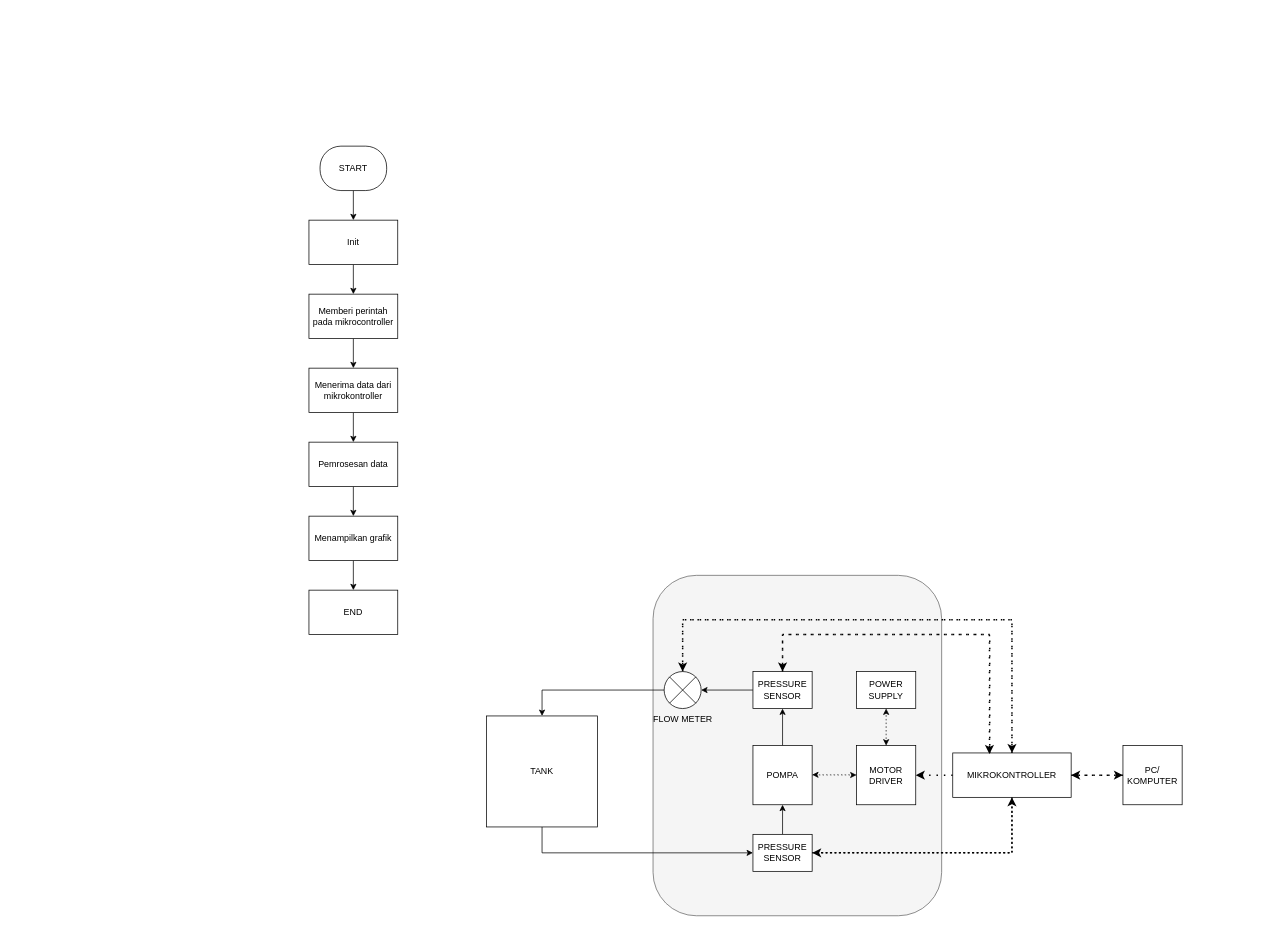
Above: Untitled Diagram.drawio in hulagukhan/bismillahjadi (draw.io), before the change. Source tidied: cells renumbered, new cells numbered last; positions are measured from the earlier drawing's top-left corner, leaving out a move shared by most shapes. Both pictures are drawn from the tidied source at 74%, with x=0, y=0 at pixel (309, 146).
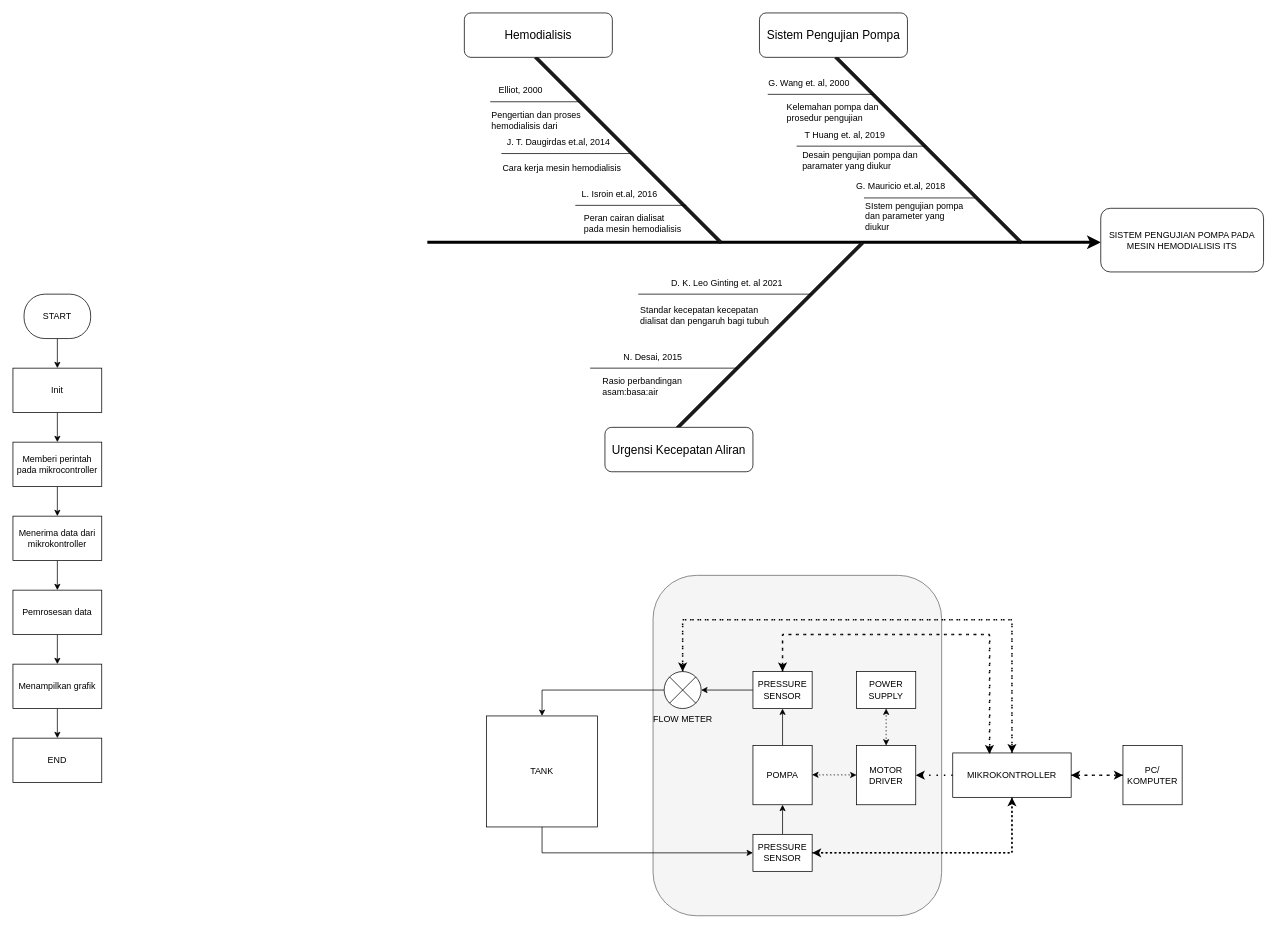
Above is the later version.

Change to the diagram source:
```diff
@@
     <mxCell id="31" value="START" style="rounded=1;whiteSpace=wrap;html=1;arcSize=47;" parent="1" vertex="1">
-      <mxGeometry x="15" width="90" height="60" as="geometry" />
+      <mxGeometry x="-385" y="200" width="90" height="60" as="geometry" />
     </mxCell>
@@
     <mxCell id="33" value="Init" style="rounded=0;whiteSpace=wrap;html=1;" parent="1" vertex="1">
-      <mxGeometry y="100" width="120" height="60" as="geometry" />
+      <mxGeometry x="-400" y="300" width="120" height="60" as="geometry" />
     </mxCell>
@@
     <mxCell id="35" value="Memberi perintah pada mikrocontroller" style="rounded=0;whiteSpace=wrap;html=1;" parent="1" vertex="1">
-      <mxGeometry y="200" width="120" height="60" as="geometry" />
+      <mxGeometry x="-400" y="400" width="120" height="60" as="geometry" />
     </mxCell>
@@
     <mxCell id="37" value="Menerima data dari mikrokontroller" style="rounded=0;whiteSpace=wrap;html=1;" parent="1" vertex="1">
-      <mxGeometry y="300" width="120" height="60" as="geometry" />
+      <mxGeometry x="-400" y="500" width="120" height="60" as="geometry" />
     </mxCell>
@@
     <mxCell id="39" value="Pemrosesan data" style="rounded=0;whiteSpace=wrap;html=1;" parent="1" vertex="1">
-      <mxGeometry y="400" width="120" height="60" as="geometry" />
+      <mxGeometry x="-400" y="600" width="120" height="60" as="geometry" />
     </mxCell>
@@
     <mxCell id="41" value="Menampilkan grafik" style="rounded=0;whiteSpace=wrap;html=1;" parent="1" vertex="1">
-      <mxGeometry y="500" width="120" height="60" as="geometry" />
+      <mxGeometry x="-400" y="700" width="120" height="60" as="geometry" />
     </mxCell>
     <mxCell id="42" value="END" style="rounded=0;whiteSpace=wrap;html=1;" parent="1" vertex="1">
-      <mxGeometry y="600" width="120" height="60" as="geometry" />
+      <mxGeometry x="-400" y="800" width="120" height="60" as="geometry" />
     </mxCell>
+    <mxCell id="43" style="endArrow=classic;html=1;rounded=0;edgeStyle=orthogonalEdgeStyle;strokeWidth=4;" parent="1" edge="1">
+      <mxGeometry relative="1" as="geometry">
+        <mxPoint x="160" y="130" as="sourcePoint" />
+        <mxPoint x="1070" y="130" as="targetPoint" />
+      </mxGeometry>
+    </mxCell>
+    <mxCell id="44" style="rounded=0;whiteSpace=wrap;html=1;rotation=45;fillColor=#1A1A1A;" parent="1" vertex="1">
+      <mxGeometry x="254.3" y="3" width="354.5" height="4" as="geometry" />
+    </mxCell>
+    <mxCell id="45" value="&lt;font style=&quot;font-size: 16px;&quot;&gt;Hemodialisis&lt;/font&gt;" style="rounded=1;whiteSpace=wrap;html=1;fontSize=14;" parent="1" vertex="1">
+      <mxGeometry x="210" y="-180" width="200" height="60" as="geometry" />
+    </mxCell>
+    <mxCell id="46" style="endArrow=none;html=1;rounded=0;edgeStyle=orthogonalEdgeStyle;" parent="1" edge="1">
+      <mxGeometry relative="1" as="geometry">
+        <mxPoint x="245" y="-60" as="sourcePoint" />
+        <mxPoint x="365" y="-60" as="targetPoint" />
+      </mxGeometry>
+    </mxCell>
+    <mxCell id="47" value="Elliot, 2000" style="text;html=1;strokeColor=none;fillColor=none;align=center;verticalAlign=middle;whiteSpace=wrap;rounded=0;" parent="1" vertex="1">
+      <mxGeometry x="254.3" y="-90" width="65" height="30" as="geometry" />
+    </mxCell>
+    <mxCell id="48" value="&lt;div style=&quot;&quot;&gt;&lt;span style=&quot;background-color: initial;&quot;&gt;Pengertian dan proses hemodialisis dari&lt;/span&gt;&lt;/div&gt;" style="text;html=1;strokeColor=none;fillColor=none;align=left;verticalAlign=middle;whiteSpace=wrap;rounded=0;" parent="1" vertex="1">
+      <mxGeometry x="245" y="-50" width="140" height="30" as="geometry" />
+    </mxCell>
+    <mxCell id="49" style="endArrow=none;html=1;rounded=0;edgeStyle=orthogonalEdgeStyle;" parent="1" edge="1">
+      <mxGeometry relative="1" as="geometry">
+        <mxPoint x="260" y="10" as="sourcePoint" />
+        <mxPoint x="435" y="10" as="targetPoint" />
+      </mxGeometry>
+    </mxCell>
+    <mxCell id="50" value="J. T. Daugirdas et.al, 2014" style="text;html=1;strokeColor=none;fillColor=none;align=center;verticalAlign=middle;whiteSpace=wrap;rounded=0;" parent="1" vertex="1">
+      <mxGeometry x="265" y="-20" width="145" height="30" as="geometry" />
+    </mxCell>
+    <mxCell id="51" value="&lt;div style=&quot;&quot;&gt;&lt;span style=&quot;background-color: initial;&quot;&gt;Cara kerja mesin hemodialisis&lt;/span&gt;&lt;/div&gt;" style="text;html=1;strokeColor=none;fillColor=none;align=left;verticalAlign=middle;whiteSpace=wrap;rounded=0;" parent="1" vertex="1">
+      <mxGeometry x="260" y="20" width="185" height="20" as="geometry" />
+    </mxCell>
+    <mxCell id="52" style="rounded=0;whiteSpace=wrap;html=1;rotation=45;fillColor=#1A1A1A;" parent="1" vertex="1">
+      <mxGeometry x="660" y="3" width="354.5" height="4" as="geometry" />
+    </mxCell>
+    <mxCell id="53" style="rounded=0;whiteSpace=wrap;html=1;rotation=135;fillColor=#1A1A1A;flipH=1;flipV=1;" parent="1" vertex="1">
+      <mxGeometry x="445.5" y="254" width="354.5" height="4" as="geometry" />
+    </mxCell>
+    <mxCell id="54" style="endArrow=none;html=1;rounded=0;edgeStyle=orthogonalEdgeStyle;" parent="1" edge="1">
+      <mxGeometry relative="1" as="geometry">
+        <mxPoint x="360" y="80" as="sourcePoint" />
+        <mxPoint x="510" y="80" as="targetPoint" />
+      </mxGeometry>
+    </mxCell>
+    <mxCell id="55" value="L. Isroin et.al, 2016" style="text;html=1;strokeColor=none;fillColor=none;align=center;verticalAlign=middle;whiteSpace=wrap;rounded=0;" parent="1" vertex="1">
+      <mxGeometry x="350" y="50" width="140" height="30" as="geometry" />
+    </mxCell>
+    <mxCell id="56" value="&lt;div style=&quot;&quot;&gt;&lt;span style=&quot;background-color: initial;&quot;&gt;Peran cairan dialisat pada mesin hemodialisis&lt;/span&gt;&lt;/div&gt;" style="text;html=1;strokeColor=none;fillColor=none;align=left;verticalAlign=middle;whiteSpace=wrap;rounded=0;" parent="1" vertex="1">
+      <mxGeometry x="370" y="90" width="140" height="30" as="geometry" />
+    </mxCell>
+    <mxCell id="57" style="endArrow=none;html=1;rounded=0;edgeStyle=orthogonalEdgeStyle;" parent="1" edge="1">
+      <mxGeometry relative="1" as="geometry">
+        <mxPoint x="445" y="200" as="sourcePoint" />
+        <mxPoint x="680" y="200" as="targetPoint" />
+      </mxGeometry>
+    </mxCell>
+    <mxCell id="58" value="D. K. Leo Ginting et. al 2021" style="text;html=1;strokeColor=none;fillColor=none;align=center;verticalAlign=middle;whiteSpace=wrap;rounded=0;" parent="1" vertex="1">
+      <mxGeometry x="480" y="170" width="170" height="30" as="geometry" />
+    </mxCell>
+    <mxCell id="59" value="&lt;div style=&quot;&quot;&gt;&lt;span style=&quot;background-color: initial;&quot;&gt;Standar kecepatan kecepatan dialisat dan pengaruh bagi tubuh&lt;/span&gt;&lt;/div&gt;" style="text;html=1;strokeColor=none;fillColor=none;align=left;verticalAlign=middle;whiteSpace=wrap;rounded=0;" parent="1" vertex="1">
+      <mxGeometry x="445.5" y="204" width="185" height="50" as="geometry" />
+    </mxCell>
+    <mxCell id="60" value="&lt;font style=&quot;font-size: 16px;&quot;&gt;Urgensi Kecepatan Aliran&lt;/font&gt;" style="rounded=1;whiteSpace=wrap;html=1;" parent="1" vertex="1">
+      <mxGeometry x="400" y="380" width="200" height="60" as="geometry" />
+    </mxCell>
+    <mxCell id="61" value="&lt;span style=&quot;font-size: 16px;&quot;&gt;Sistem Pengujian Pompa&lt;/span&gt;" style="rounded=1;whiteSpace=wrap;html=1;" parent="1" vertex="1">
+      <mxGeometry x="608.8" y="-180" width="200" height="60" as="geometry" />
+    </mxCell>
+    <mxCell id="62" style="endArrow=none;html=1;rounded=0;edgeStyle=orthogonalEdgeStyle;" parent="1" edge="1">
+      <mxGeometry relative="1" as="geometry">
+        <mxPoint x="620" y="-70" as="sourcePoint" />
+        <mxPoint x="764" y="-70" as="targetPoint" />
+      </mxGeometry>
+    </mxCell>
+    <mxCell id="63" value="G. Wang et. al, 2000" style="text;html=1;strokeColor=none;fillColor=none;align=center;verticalAlign=middle;whiteSpace=wrap;rounded=0;" parent="1" vertex="1">
+      <mxGeometry x="611.7" y="-100" width="128.3" height="30" as="geometry" />
+    </mxCell>
+    <mxCell id="64" value="&lt;div style=&quot;&quot;&gt;&lt;span style=&quot;background-color: initial;&quot;&gt;Kelemahan pompa dan prosedur pengujian&lt;/span&gt;&lt;/div&gt;" style="text;html=1;strokeColor=none;fillColor=none;align=left;verticalAlign=middle;whiteSpace=wrap;rounded=0;" parent="1" vertex="1">
+      <mxGeometry x="644" y="-60" width="140" height="30" as="geometry" />
+    </mxCell>
+    <mxCell id="65" style="endArrow=none;html=1;rounded=0;edgeStyle=orthogonalEdgeStyle;" parent="1" edge="1">
+      <mxGeometry relative="1" as="geometry">
+        <mxPoint x="659" as="sourcePoint" />
+        <mxPoint x="834" as="targetPoint" />
+      </mxGeometry>
+    </mxCell>
+    <mxCell id="66" value="T Huang et. al, 2019" style="text;html=1;strokeColor=none;fillColor=none;align=center;verticalAlign=middle;whiteSpace=wrap;rounded=0;" parent="1" vertex="1">
+      <mxGeometry x="665" y="-30" width="119" height="30" as="geometry" />
+    </mxCell>
+    <mxCell id="67" value="Desain pengujian pompa dan paramater yang diukur" style="text;html=1;strokeColor=none;fillColor=none;align=left;verticalAlign=middle;whiteSpace=wrap;rounded=0;" parent="1" vertex="1">
+      <mxGeometry x="665" y="10" width="185" height="20" as="geometry" />
+    </mxCell>
+    <mxCell id="68" style="endArrow=none;html=1;rounded=0;edgeStyle=orthogonalEdgeStyle;" parent="1" edge="1">
+      <mxGeometry relative="1" as="geometry">
+        <mxPoint x="750" y="70" as="sourcePoint" />
+        <mxPoint x="900" y="70" as="targetPoint" />
+      </mxGeometry>
+    </mxCell>
+    <mxCell id="69" value="G. Mauricio et.al, 2018" style="text;html=1;strokeColor=none;fillColor=none;align=center;verticalAlign=middle;whiteSpace=wrap;rounded=0;" parent="1" vertex="1">
+      <mxGeometry x="730" y="40" width="140" height="30" as="geometry" />
+    </mxCell>
+    <mxCell id="70" value="&lt;div style=&quot;&quot;&gt;&lt;span style=&quot;background-color: initial;&quot;&gt;SIstem pengujian pompa dan parameter yang diukur&lt;/span&gt;&lt;/div&gt;" style="text;html=1;strokeColor=none;fillColor=none;align=left;verticalAlign=middle;whiteSpace=wrap;rounded=0;" parent="1" vertex="1">
+      <mxGeometry x="750" y="80" width="140" height="30" as="geometry" />
+    </mxCell>
+    <mxCell id="71" style="endArrow=none;html=1;rounded=0;edgeStyle=orthogonalEdgeStyle;" parent="1" edge="1">
+      <mxGeometry relative="1" as="geometry">
+        <mxPoint x="380" y="300" as="sourcePoint" />
+        <mxPoint x="580" y="300" as="targetPoint" />
+      </mxGeometry>
+    </mxCell>
+    <mxCell id="72" value="N. Desai, 2015" style="text;html=1;strokeColor=none;fillColor=none;align=center;verticalAlign=middle;whiteSpace=wrap;rounded=0;" parent="1" vertex="1">
+      <mxGeometry x="380" y="270" width="170" height="30" as="geometry" />
+    </mxCell>
+    <mxCell id="73" value="&lt;div style=&quot;&quot;&gt;&lt;span style=&quot;background-color: initial;&quot;&gt;Rasio perbandingan asam:basa:air&lt;/span&gt;&lt;/div&gt;" style="text;html=1;strokeColor=none;fillColor=none;align=left;verticalAlign=middle;whiteSpace=wrap;rounded=0;" parent="1" vertex="1">
+      <mxGeometry x="395" y="310" width="140" height="30" as="geometry" />
+    </mxCell>
+    <mxCell id="74" value="SISTEM PENGUJIAN POMPA PADA MESIN HEMODIALISIS ITS" style="rounded=1;whiteSpace=wrap;html=1;" parent="1" vertex="1">
+      <mxGeometry x="1070" y="84" width="220" height="86" as="geometry" />
+    </mxCell>
```
